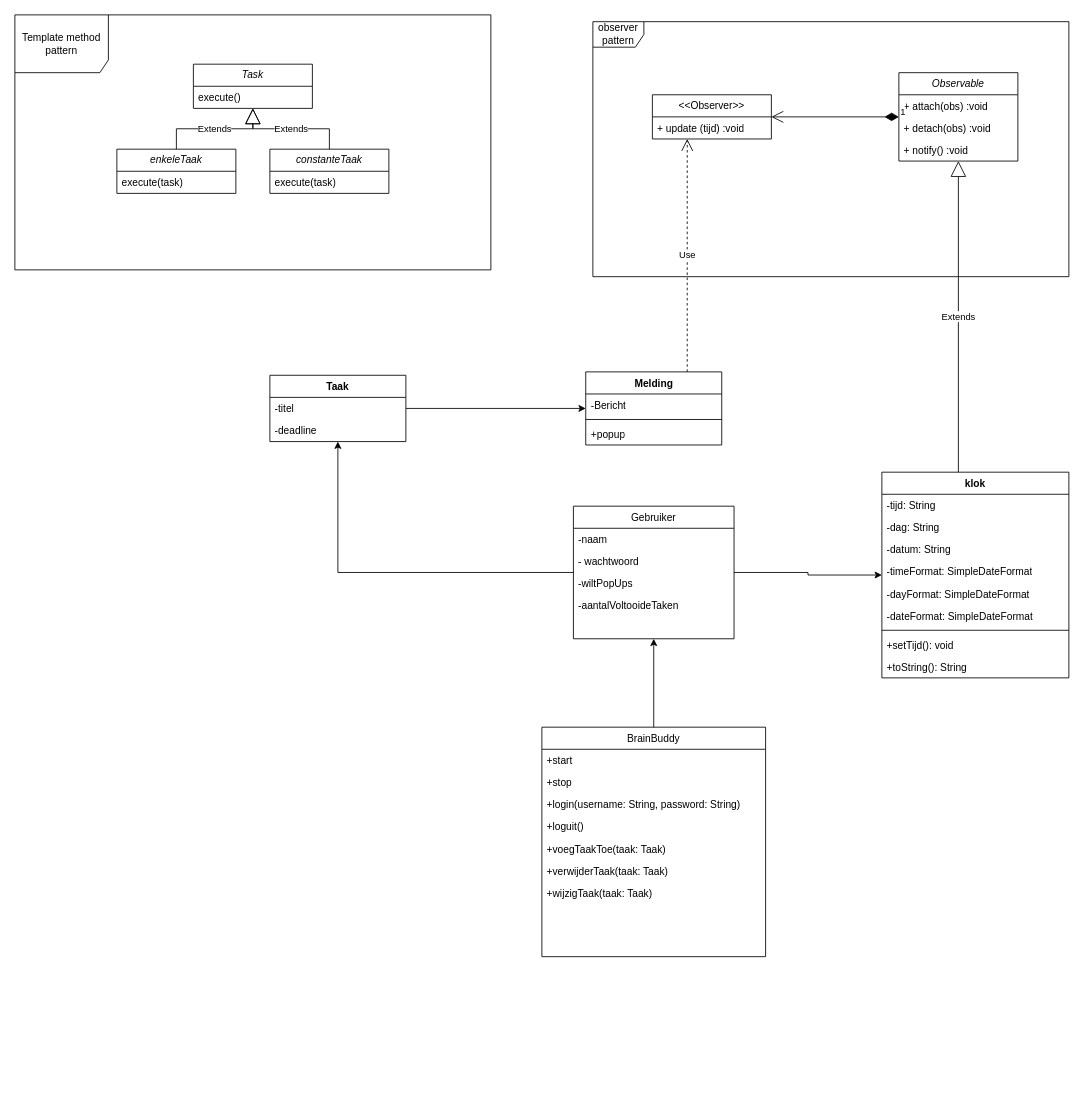
This is OPT3-2023/documentation/Untitled Diagram.drawio from jipiekaye/OPT3-2023, a draw.io file, before an edit. Source tidied: cells renumbered, new cells numbered last; positions are measured from the earlier drawing's top-left corner, leaving out a move shared by most shapes. Both pictures are drawn from the tidied source at 85%, with x=0, y=0 at pixel (14, 14).
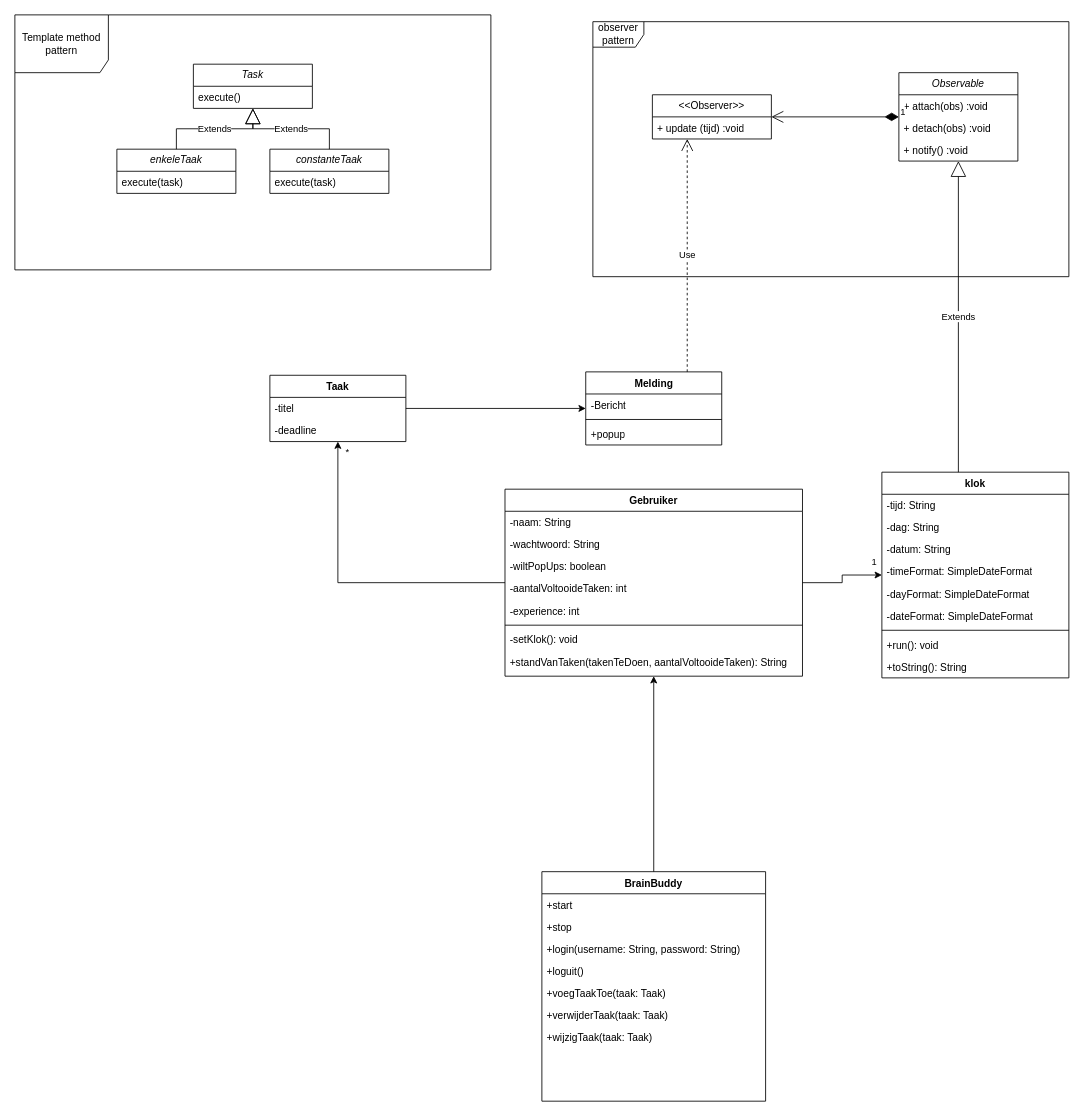
Above is the later version.

Unchanged cells that the change refers to:
```xml
<mxCell id="26" style="edgeStyle=orthogonalEdgeStyle;rounded=0;jettySize=auto;html=1;" parent="1" edge="1" source="2" target="8">
  <mxGeometry relative="1" as="geometry" />
</mxCell>
<mxCell id="45" style="edgeStyle=orthogonalEdgeStyle;rounded=0;jettySize=auto;html=1;" parent="1" edge="1" source="2" target="46">
  <mxGeometry relative="1" as="geometry" />
</mxCell>
<mxCell id="46" value="klok" style="swimlane;fontStyle=1;align=center;verticalAlign=top;horizontal=1;startSize=26;whiteSpace=wrap;html=1;" parent="1" vertex="1">
  <mxGeometry x="1020" y="538" width="220" height="242" as="geometry" />
</mxCell>
```

What changed in the source:
```diff
@@
-    <mxCell id="2" value="Gebruiker" style="swimlane;fontStyle=0;align=center;verticalAlign=top;horizontal=1;startSize=26;rounded=0;shadow=0;strokeWidth=1;" parent="1" vertex="1">
-      <mxGeometry x="657.1" y="578" width="189" height="156" as="geometry" />
+    <mxCell id="2" value="Gebruiker" style="swimlane;fontStyle=1;align=center;verticalAlign=top;horizontal=1;startSize=26;rounded=0;shadow=0;strokeWidth=1;" parent="1" vertex="1">
+      <mxGeometry x="576.6" y="558" width="350" height="220" as="geometry" />
     </mxCell>
-    <mxCell id="3" value="-naam" style="text;align=left;verticalAlign=top;spacingLeft=4;spacingRight=4;overflow=hidden;" parent="2" vertex="1">
-      <mxGeometry y="26" width="189" height="26" as="geometry" />
+    <mxCell id="3" value="-naam: String" style="text;align=left;verticalAlign=top;spacingLeft=4;spacingRight=4;overflow=hidden;" parent="2" vertex="1">
+      <mxGeometry y="26" width="350" height="26" as="geometry" />
     </mxCell>
-    <mxCell id="4" value="- wachtwoord" style="text;align=left;verticalAlign=top;spacingLeft=4;spacingRight=4;overflow=hidden;rounded=0;shadow=0;html=0;" parent="2" vertex="1">
-      <mxGeometry y="52" width="189" height="26" as="geometry" />
+    <mxCell id="4" value="-wachtwoord: String" style="text;align=left;verticalAlign=top;spacingLeft=4;spacingRight=4;overflow=hidden;rounded=0;shadow=0;html=0;" parent="2" vertex="1">
+      <mxGeometry y="52" width="350" height="26" as="geometry" />
     </mxCell>
-    <mxCell id="5" value="-wiltPopUps" style="text;align=left;verticalAlign=top;spacingLeft=4;spacingRight=4;overflow=hidden;rounded=0;shadow=0;html=0;" parent="2" vertex="1">
-      <mxGeometry y="78" width="189" height="26" as="geometry" />
+    <mxCell id="5" value="-wiltPopUps: boolean" style="text;align=left;verticalAlign=top;spacingLeft=4;spacingRight=4;overflow=hidden;rounded=0;shadow=0;html=0;" parent="2" vertex="1">
+      <mxGeometry y="78" width="350" height="26" as="geometry" />
     </mxCell>
-    <mxCell id="6" value="-aantalVoltooideTaken" style="text;align=left;verticalAlign=top;spacingLeft=4;spacingRight=4;overflow=hidden;rounded=0;shadow=0;html=0;" parent="2" vertex="1">
-      <mxGeometry y="104" width="189" height="26" as="geometry" />
+    <mxCell id="6" value="-aantalVoltooideTaken: int" style="text;align=left;verticalAlign=top;spacingLeft=4;spacingRight=4;overflow=hidden;rounded=0;shadow=0;html=0;" parent="2" vertex="1">
+      <mxGeometry y="104" width="350" height="26" as="geometry" />
     </mxCell>
-    <mxCell id="7" style="text;align=left;verticalAlign=top;spacingLeft=4;spacingRight=4;overflow=hidden;rounded=0;shadow=0;html=0;" parent="2" vertex="1">
-      <mxGeometry y="130" width="189" height="26" as="geometry" />
+    <mxCell id="7" value="-experience: int" style="text;align=left;verticalAlign=top;spacingLeft=4;spacingRight=4;overflow=hidden;rounded=0;shadow=0;html=0;" parent="2" vertex="1">
+      <mxGeometry y="130" width="350" height="26" as="geometry" />
     </mxCell>
+    <mxCell id="58" style="line;strokeWidth=1;fillColor=none;align=left;verticalAlign=middle;spacingTop=-1;spacingLeft=3;spacingRight=3;labelPosition=right;strokeColor=inherit;" parent="2" vertex="1">
+      <mxGeometry y="156" width="350" height="8" as="geometry" />
+    </mxCell>
+    <mxCell id="59" value="-setKlok(): void" style="text;align=left;verticalAlign=top;spacingLeft=4;spacingRight=4;overflow=hidden;rounded=0;shadow=0;html=0;" parent="2" vertex="1">
+      <mxGeometry y="164" width="350" height="26" as="geometry" />
+    </mxCell>
+    <mxCell id="60" value="+standVanTaken(takenTeDoen, aantalVoltooideTaken): String" style="text;align=left;verticalAlign=top;spacingLeft=4;spacingRight=4;overflow=hidden;rounded=0;shadow=0;html=0;" parent="2" vertex="1">
+      <mxGeometry y="190" width="350" height="26" as="geometry" />
+    </mxCell>
@@
-    <mxCell id="15" value="BrainBuddy" style="swimlane;fontStyle=0;align=center;verticalAlign=top;horizontal=1;startSize=26;rounded=0;shadow=0;strokeWidth=1;" parent="1" vertex="1">
-      <mxGeometry x="620" y="838" width="263.2" height="270" as="geometry" />
+    <mxCell id="15" value="BrainBuddy" style="swimlane;fontStyle=1;align=center;verticalAlign=top;horizontal=1;startSize=26;rounded=0;shadow=0;strokeWidth=1;" parent="1" vertex="1">
+      <mxGeometry x="620" y="1008" width="263.2" height="270" as="geometry" />
     </mxCell>
@@
+    <mxCell id="61" value="*" style="edgeLabel;html=1;align=center;verticalAlign=middle;" parent="26" vertex="1">
+      <mxGeometry x="0.87" y="-2" relative="1" as="geometry">
+        <mxPoint x="8" y="-12" as="offset" />
+      </mxGeometry>
+    </mxCell>
@@
+    <mxCell id="62" value="1" style="edgeLabel;html=1;align=center;verticalAlign=middle;" parent="45" vertex="1">
+      <mxGeometry x="0.82" y="1" relative="1" as="geometry">
+        <mxPoint y="-15" as="offset" />
+      </mxGeometry>
+    </mxCell>
@@
-    <mxCell id="54" value="+setTijd(): void" style="text;strokeColor=none;fillColor=none;align=left;verticalAlign=top;spacingLeft=4;spacingRight=4;overflow=hidden;whiteSpace=wrap;html=1;" parent="46" vertex="1">
+    <mxCell id="54" value="+run(): void" style="text;strokeColor=none;fillColor=none;align=left;verticalAlign=top;spacingLeft=4;spacingRight=4;overflow=hidden;whiteSpace=wrap;html=1;" parent="46" vertex="1">
       <mxGeometry y="190" width="220" height="26" as="geometry" />
     </mxCell>
```
